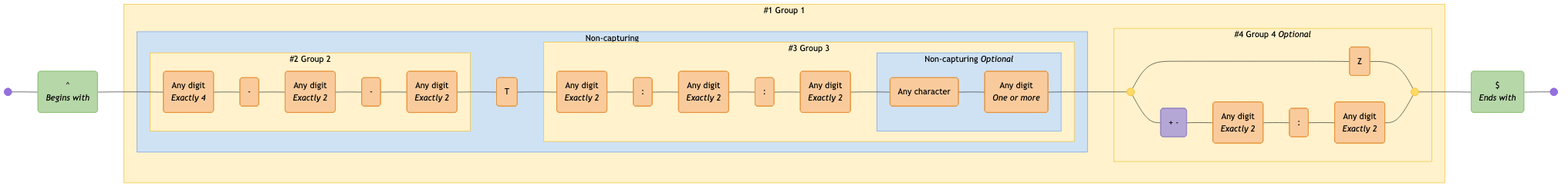
tayles/regex-to-mermaid keeps this Mermaid diagram as diagrams/datetime-rfc3339.mermaid-diagram.png. Above is the earlier version. Its source is kept beside it as diagrams/datetime-rfc3339.mermaid.
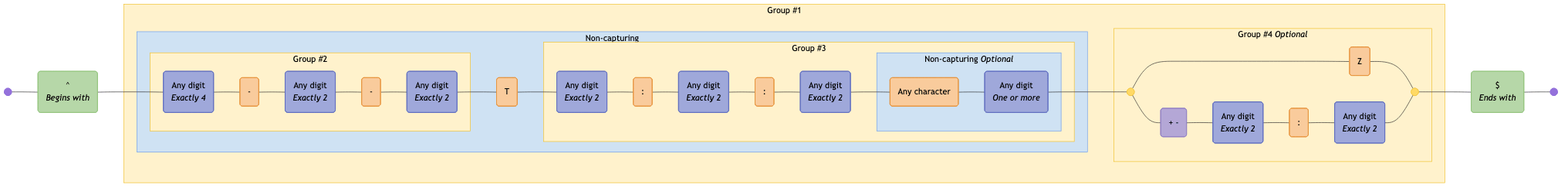
The same file after the commit.

The edit, as a diff of the source:
```diff
@@ -1,72 +1,72 @@
 graph LR
   accTitle: "Regex: /^((?:(\\d{4}-\\d{2}-\\d{2})T(\\d{2}:\\d{2}:\\d{2}(?:\\.\\d+)?))(Z|[\\+-]\\d{2}:\\d{2})?)$/gm"
-  accDescr: "Generated with regex-to-mermaid@1.0.4"
+  accDescr: "Generated with regex-to-mermaid@2.0.0"
 
   start@{ shape: f-circ };
   fin@{ shape: f-circ };
   assertion_1("^<br><i>Begins with</i>"):::assertion;
-  literal_1("Any digit<br><i>Exactly 4</i>"):::literal;
+  char_set_1("Any digit<br><i>Exactly 4</i>"):::char-set;
+  literal_1("-"):::literal;
+  char_set_2("Any digit<br><i>Exactly 2</i>"):::char-set;
   literal_2("-"):::literal;
-  literal_3("Any digit<br><i>Exactly 2</i>"):::literal;
-  literal_4("-"):::literal;
-  literal_5("Any digit<br><i>Exactly 2</i>"):::literal;
-  literal_6("T"):::literal;
-  literal_7("Any digit<br><i>Exactly 2</i>"):::literal;
-  literal_8(":"):::literal;
-  literal_9("Any digit<br><i>Exactly 2</i>"):::literal;
-  literal_10(":"):::literal;
-  literal_11("Any digit<br><i>Exactly 2</i>"):::literal;
-  literal_12("Any character"):::literal;
-  literal_13("Any digit<br><i>One or more</i>"):::literal;
+  char_set_3("Any digit<br><i>Exactly 2</i>"):::char-set;
+  literal_3("T"):::literal;
+  char_set_4("Any digit<br><i>Exactly 2</i>"):::char-set;
+  literal_4(":"):::literal;
+  char_set_5("Any digit<br><i>Exactly 2</i>"):::char-set;
+  literal_5(":"):::literal;
+  char_set_6("Any digit<br><i>Exactly 2</i>"):::char-set;
+  literal_6("Any character"):::literal;
+  char_set_7("Any digit<br><i>One or more</i>"):::char-set;
   disjunction_begin_1:::disjunction@{ shape: f-circ };
   disjunction_end_1:::disjunction@{ shape: f-circ };
-  literal_14("Z"):::literal;
-  char_class_1("+ -"):::char-class;
-  literal_15("Any digit<br><i>Exactly 2</i>"):::literal;
-  literal_16(":"):::literal;
-  literal_17("Any digit<br><i>Exactly 2</i>"):::literal;
+  literal_7("Z"):::literal;
+  char_class_1("\+ -"):::char-class;
+  char_set_8("Any digit<br><i>Exactly 2</i>"):::char-set;
+  literal_8(":"):::literal;
+  char_set_9("Any digit<br><i>Exactly 2</i>"):::char-set;
   assertion_2("$<br><i>Ends with</i>"):::assertion;
 
-  subgraph standard_2 ["#2 Group 2"]
+  subgraph standard_2 ["Group #2"]
+    char_set_1
     literal_1
+    char_set_2
     literal_2
-    literal_3
-    literal_4
-    literal_5
+    char_set_3
   end
 
   subgraph non_capturing_2 ["Non-capturing <i>Optional</i>"]
-    literal_12
-    literal_13
+    literal_6
+    char_set_7
   end
 
-  subgraph standard_3 ["#3 Group 3"]
+  subgraph standard_3 ["Group #3"]
     non_capturing_2
-    literal_7
-    literal_8
-    literal_9
-    literal_10
-    literal_11
+    char_set_4
+    literal_4
+    char_set_5
+    literal_5
+    char_set_6
   end
 
   subgraph non_capturing_1 ["Non-capturing"]
     standard_2
     non_capturing_2
     standard_3
-    literal_6
+    literal_3
   end
 
-  subgraph standard_4 ["#4 Group 4 <i>Optional</i>"]
+  subgraph standard_4 ["Group #4 <i>Optional</i>"]
     disjunction_begin_1
     disjunction_end_1
-    literal_14
+    literal_7
     char_class_1
-    literal_15
-    literal_16
-    literal_17
+    char_set_8
+    literal_8
+    char_set_9
   end
 
-  subgraph standard_1 ["#1 Group 1"]
+  subgraph standard_1 ["Group #1"]
     standard_2
     non_capturing_2
     standard_3
@@ -75,31 +75,32 @@
   end
 
   start --- assertion_1;
-  assertion_1 --- literal_1;
-  literal_1 --- literal_2;
-  literal_2 --- literal_3;
-  literal_3 --- literal_4;
-  literal_4 --- literal_5;
-  literal_5 --- literal_6;
-  literal_6 --- literal_7;
-  literal_7 --- literal_8;
-  literal_8 --- literal_9;
-  literal_9 --- literal_10;
-  literal_10 --- literal_11;
-  literal_11 --- literal_12;
-  literal_12 --- literal_13;
-  literal_13 --- disjunction_begin_1;
-  disjunction_begin_1 --- literal_14;
-  literal_14 --- disjunction_end_1;
+  assertion_1 --- char_set_1;
+  char_set_1 --- literal_1;
+  literal_1 --- char_set_2;
+  char_set_2 --- literal_2;
+  literal_2 --- char_set_3;
+  char_set_3 --- literal_3;
+  literal_3 --- char_set_4;
+  char_set_4 --- literal_4;
+  literal_4 --- char_set_5;
+  char_set_5 --- literal_5;
+  literal_5 --- char_set_6;
+  char_set_6 --- literal_6;
+  literal_6 --- char_set_7;
+  char_set_7 --- disjunction_begin_1;
+  disjunction_begin_1 --- literal_7;
+  literal_7 --- disjunction_end_1;
   disjunction_begin_1 --- char_class_1;
-  char_class_1 --- literal_15;
-  literal_15 --- literal_16;
-  literal_16 --- literal_17;
-  literal_17 --- disjunction_end_1;
+  char_class_1 --- char_set_8;
+  char_set_8 --- literal_8;
+  literal_8 --- char_set_9;
+  char_set_9 --- disjunction_end_1;
   disjunction_end_1 --- assertion_2;
   assertion_2 --- fin;
 
   classDef assertion fill:#B6D7A8,stroke:#93C47D,color:#000000;
+  classDef char-set fill:#9FA8DA,stroke:#5C6BC0,color:#000000;
   classDef literal fill:#F9CB9C,stroke:#E69138,color:#000000;
   classDef disjunction fill:#FFD966,stroke:#F1C232,color:#000000;
   classDef char-class fill:#B4A7D6,stroke:#8E7CC3,color:#000000;
```
